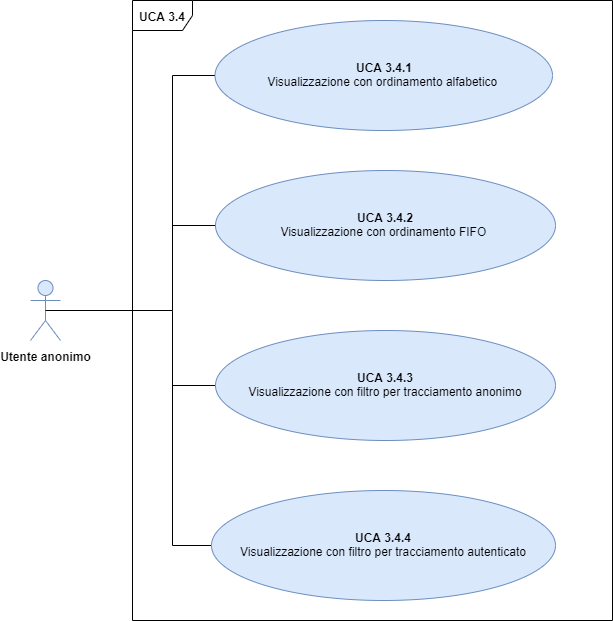
Earlier version of the draw.io export DocumentazioneEsterna/AnalisiDeiRequisiti/Sezioni/UseCase/Immagini/UCA3.4.png (qb-team/Stalker-Documentazione). Source tidied: cells renumbered, new cells last; positions are measured from the earlier drawing's top-left corner, leaving out a move shared by most shapes.
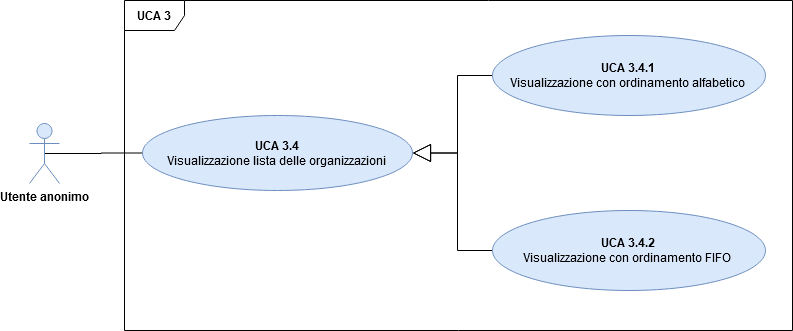
The same file after the commit.

What changed in the source:
```diff
@@ -2,46 +2,29 @@
   <root>
     <mxCell id="0" />
     <mxCell id="1" parent="0" />
-    <mxCell id="2" value="&lt;b&gt;UCA 3.4&lt;/b&gt;" style="shape=umlFrame;whiteSpace=wrap;html=1;fontFamily=Helvetica;fontSize=12;" parent="1" vertex="1">
-      <mxGeometry x="102" width="480" height="620" as="geometry" />
+    <mxCell id="2" value="&lt;b&gt;UCA 3&lt;/b&gt;" style="shape=umlFrame;whiteSpace=wrap;html=1;fontFamily=Helvetica;fontSize=12;" parent="1" vertex="1">
+      <mxGeometry x="94" y="-110" width="668" height="330" as="geometry" />
     </mxCell>
+    <mxCell id="12" style="edgeStyle=orthogonalEdgeStyle;rounded=0;jettySize=auto;html=1;exitX=0.5;exitY=0.5;exitDx=0;exitDy=0;exitPerimeter=0;entryX=0;entryY=0.5;entryDx=0;entryDy=0;endArrow=none;endFill=0;endSize=16;" parent="1" edge="1" source="3" target="15">
+      <mxGeometry relative="1" as="geometry" />
+    </mxCell>
     <mxCell id="3" value="&lt;b&gt;Utente anonimo&lt;/b&gt;" style="shape=umlActor;verticalLabelPosition=bottom;labelBackgroundColor=#ffffff;verticalAlign=top;html=1;outlineConnect=0;fillColor=#dae8fc;strokeColor=#6c8ebf;fontFamily=Helvetica;fontSize=12;" parent="1" vertex="1">
-      <mxGeometry y="280" width="30" height="60" as="geometry" />
+      <mxGeometry x="-1" y="13" width="30" height="60" as="geometry" />
     </mxCell>
-    <mxCell id="4" style="edgeStyle=orthogonalEdgeStyle;rounded=0;jettySize=auto;html=1;exitX=0;exitY=0.5;exitDx=0;exitDy=0;entryX=0.5;entryY=0.5;entryDx=0;entryDy=0;entryPerimeter=0;endArrow=none;endFill=0;fontFamily=Helvetica;fontSize=12;" parent="1" edge="1" source="5" target="3">
-      <mxGeometry relative="1" as="geometry">
-        <Array as="points">
-          <mxPoint x="142" y="75" />
-          <mxPoint x="142" y="310" />
-        </Array>
-      </mxGeometry>
-    </mxCell>
+    <mxCell id="13" style="edgeStyle=orthogonalEdgeStyle;rounded=0;jettySize=auto;html=1;exitX=0;exitY=0.5;exitDx=0;exitDy=0;entryX=1;entryY=0.5;entryDx=0;entryDy=0;endArrow=block;endFill=0;endSize=16;" parent="1" edge="1" source="5" target="15">
+      <mxGeometry relative="1" as="geometry" />
+    </mxCell>
     <mxCell id="5" value="&lt;b&gt;UCA 3.4.1&lt;/b&gt;&lt;br&gt;Visualizzazione con ordinamento alfabetico&amp;nbsp;" style="ellipse;whiteSpace=wrap;html=1;fillColor=#dae8fc;strokeColor=#6c8ebf;fontFamily=Helvetica;fontSize=12;" parent="1" vertex="1">
-      <mxGeometry x="184.5" y="20" width="337.5" height="110" as="geometry" />
+      <mxGeometry x="462" y="-75" width="273" height="80" as="geometry" />
     </mxCell>
-    <mxCell id="6" style="edgeStyle=orthogonalEdgeStyle;rounded=0;jettySize=auto;html=1;exitX=0;exitY=0.5;exitDx=0;exitDy=0;endArrow=none;endFill=0;fontFamily=Helvetica;fontSize=12;" parent="1" edge="1" source="7">
-      <mxGeometry relative="1" as="geometry">
-        <mxPoint x="142" y="225" as="targetPoint" />
-      </mxGeometry>
-    </mxCell>
+    <mxCell id="14" style="edgeStyle=orthogonalEdgeStyle;rounded=0;jettySize=auto;html=1;endArrow=block;endFill=0;endSize=16;entryX=1;entryY=0.5;entryDx=0;entryDy=0;" parent="1" edge="1" source="7" target="15">
+      <mxGeometry relative="1" as="geometry" />
+    </mxCell>
     <mxCell id="7" value="&lt;span style=&quot;line-height: 107% ; font-size: 12px&quot;&gt;&lt;font style=&quot;font-size: 12px&quot;&gt;&lt;b&gt;UCA 3.4.2&lt;/b&gt;&lt;br&gt;Visualizzazione con ordinamento FIFO&amp;nbsp;&lt;/font&gt;&lt;/span&gt;" style="ellipse;whiteSpace=wrap;html=1;fillColor=#dae8fc;strokeColor=#6c8ebf;fontFamily=Helvetica;fontSize=12;" parent="1" vertex="1">
-      <mxGeometry x="185" y="170" width="340" height="110" as="geometry" />
+      <mxGeometry x="462" y="100" width="273" height="80" as="geometry" />
     </mxCell>
-    <mxCell id="8" style="edgeStyle=orthogonalEdgeStyle;rounded=0;jettySize=auto;html=1;exitX=0;exitY=0.5;exitDx=0;exitDy=0;endArrow=none;endFill=0;fontFamily=Helvetica;fontSize=12;" parent="1" edge="1" source="9">
-      <mxGeometry relative="1" as="geometry">
-        <mxPoint x="142" y="380" as="targetPoint" />
-      </mxGeometry>
-    </mxCell>
-    <mxCell id="9" value="&lt;span style=&quot;line-height: 107% ; font-size: 12px&quot;&gt;&lt;font style=&quot;font-size: 12px&quot;&gt;&lt;b&gt;UCA 3.4.4&lt;/b&gt;&lt;br&gt;&lt;span style=&quot;line-height: 107% ; font-size: 12px&quot;&gt;Visualizzazione con filtro per tracciamento autenticato&lt;/span&gt;&lt;/font&gt;&lt;br style=&quot;font-size: 12px&quot;&gt;&lt;/span&gt;" style="ellipse;whiteSpace=wrap;html=1;fillColor=#dae8fc;strokeColor=#6c8ebf;fontFamily=Helvetica;fontSize=12;" parent="1" vertex="1">
-      <mxGeometry x="181" y="490" width="344" height="110" as="geometry" />
-    </mxCell>
-    <mxCell id="10" style="edgeStyle=orthogonalEdgeStyle;rounded=0;jettySize=auto;html=1;exitX=0;exitY=0.5;exitDx=0;exitDy=0;endArrow=none;endFill=0;fontFamily=Helvetica;fontSize=12;" parent="1" edge="1" source="11">
-      <mxGeometry relative="1" as="geometry">
-        <mxPoint x="142" y="310" as="targetPoint" />
-      </mxGeometry>
-    </mxCell>
-    <mxCell id="11" value="&lt;span style=&quot;line-height: 107% ; font-size: 12px&quot;&gt;&lt;font style=&quot;font-size: 12px&quot;&gt;&lt;b&gt;UCA 3.4.3&lt;/b&gt;&lt;br&gt;Visualizzazione con filtro per tracciamento anonimo&lt;/font&gt;&lt;/span&gt;" style="ellipse;whiteSpace=wrap;html=1;fillColor=#dae8fc;strokeColor=#6c8ebf;fontFamily=Helvetica;fontSize=12;" parent="1" vertex="1">
-      <mxGeometry x="185" y="330" width="340" height="110" as="geometry" />
-    </mxCell>
+    <mxCell id="15" value="&lt;span style=&quot;line-height: 107% ; font-size: 12px&quot;&gt;&lt;font style=&quot;font-size: 12px&quot;&gt;&lt;b&gt;UCA 3.4&lt;/b&gt;&lt;br&gt;Visualizzazione lista delle organizzazioni &lt;br&gt;&lt;/font&gt;&lt;/span&gt;" style="ellipse;whiteSpace=wrap;html=1;fillColor=#dae8fc;strokeColor=#6c8ebf;fontFamily=Helvetica;fontSize=12;" parent="1" vertex="1">
+      <mxGeometry x="112" y="5" width="270" height="75" as="geometry" />
+    </mxCell>
   </root>
 </mxGraphModel>
```
